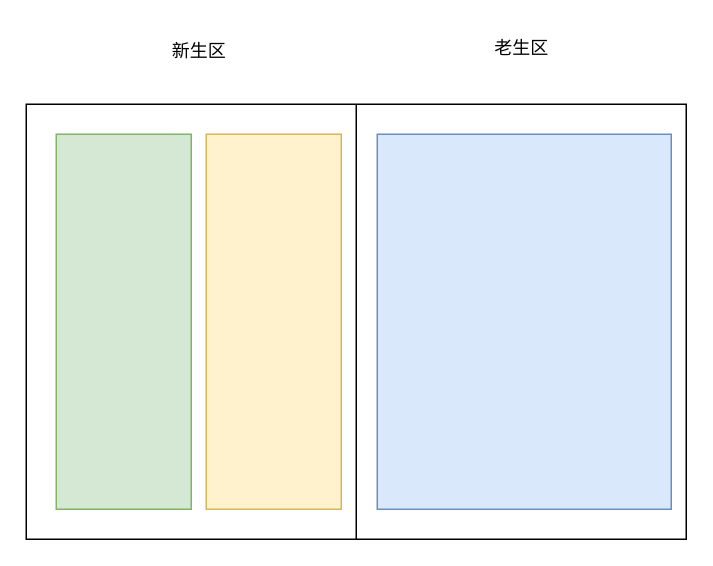
abelce/diagrams keeps this draw.io diagram as 流程图/V8新生区老生区.drawio. Above is the earlier version. Source tidied: cells renumbered, new cells numbered last; positions are measured from the earlier drawing's top-left corner, leaving out a move shared by most shapes. Both pictures are drawn from the tidied source at 150%, with x=0, y=0 at pixel (26, 26).
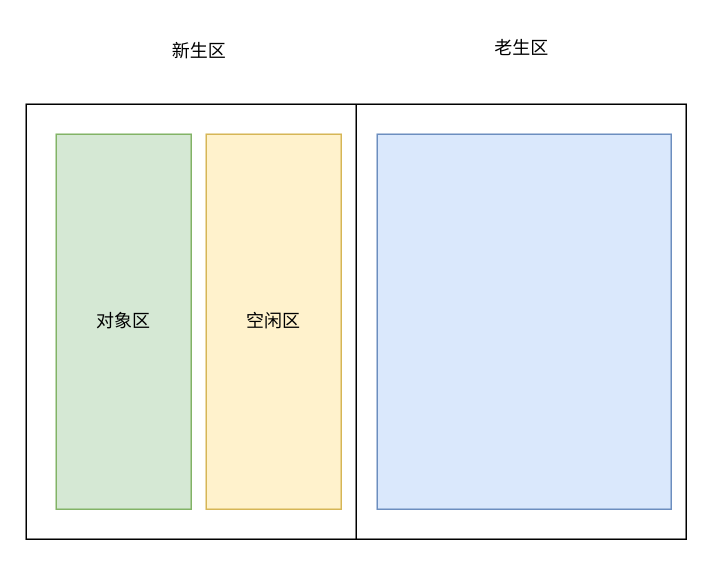
Above is the later version.

Commit message (it also covers changes not shown here):
更新V8新生区老生区.drawio

Change to the diagram source:
```diff
@@
 <mxGraphModel>
   <root>
     <mxCell id="0" />
     <mxCell id="1" parent="0" />
     <mxCell id="2" style="shape=table;startSize=0;childLayout=tableLayout;" parent="1" vertex="1">
       <mxGeometry y="52" width="440" height="290" as="geometry" />
     </mxCell>
     <mxCell id="3" style="shape=tableRow;horizontal=0;startSize=0;swimlaneHead=0;swimlaneBody=0;strokeColor=inherit;top=0;left=0;bottom=0;right=0;fillColor=none;" parent="2" vertex="1">
       <mxGeometry width="440" height="290" as="geometry" />
     </mxCell>
     <mxCell id="4" value="&lt;table&gt;&lt;tbody&gt;&lt;tr&gt;&lt;td&gt;&lt;br&gt;&lt;/td&gt;&lt;td&gt;&lt;br&gt;&lt;/td&gt;&lt;/tr&gt;&lt;/tbody&gt;&lt;/table&gt;" style="shape=partialRectangle;html=1;whiteSpace=wrap;strokeColor=inherit;overflow=hidden;fillColor=none;top=0;left=0;bottom=0;right=0;" parent="3" vertex="1">
       <mxGeometry width="220" height="290" as="geometry" />
     </mxCell>
     <mxCell id="5" style="shape=partialRectangle;html=1;whiteSpace=wrap;strokeColor=inherit;overflow=hidden;fillColor=none;top=0;left=0;bottom=0;right=0;" parent="3" vertex="1">
       <mxGeometry x="220" width="220" height="290" as="geometry" />
     </mxCell>
-    <mxCell id="6" style="rounded=0;whiteSpace=wrap;html=1;fillColor=#d5e8d4;strokeColor=#82b366;" parent="1" vertex="1">
+    <mxCell id="6" value="对象区" style="rounded=0;whiteSpace=wrap;html=1;fillColor=#d5e8d4;strokeColor=#82b366;" parent="1" vertex="1">
       <mxGeometry x="20" y="72" width="90" height="250" as="geometry" />
     </mxCell>
-    <mxCell id="7" style="rounded=0;whiteSpace=wrap;html=1;fillColor=#fff2cc;strokeColor=#d6b656;" parent="1" vertex="1">
+    <mxCell id="7" value="空闲区" style="rounded=0;whiteSpace=wrap;html=1;fillColor=#fff2cc;strokeColor=#d6b656;" parent="1" vertex="1">
       <mxGeometry x="120" y="72" width="90" height="250" as="geometry" />
     </mxCell>
     <mxCell id="8" value="新生区" style="text;html=1;align=center;verticalAlign=middle;strokeColor=none;fillColor=none;" parent="1" vertex="1">
       <mxGeometry x="85" y="2" width="60" height="30" as="geometry" />
     </mxCell>
     <mxCell id="9" value="老生区" style="text;html=1;align=center;verticalAlign=middle;strokeColor=none;fillColor=none;" parent="1" vertex="1">
       <mxGeometry x="300" width="60" height="30" as="geometry" />
     </mxCell>
     <mxCell id="10" style="rounded=0;whiteSpace=wrap;html=1;fillColor=#dae8fc;strokeColor=#6c8ebf;" parent="1" vertex="1">
       <mxGeometry x="234" y="72" width="196" height="250" as="geometry" />
     </mxCell>
   </root>
 </mxGraphModel>
```
